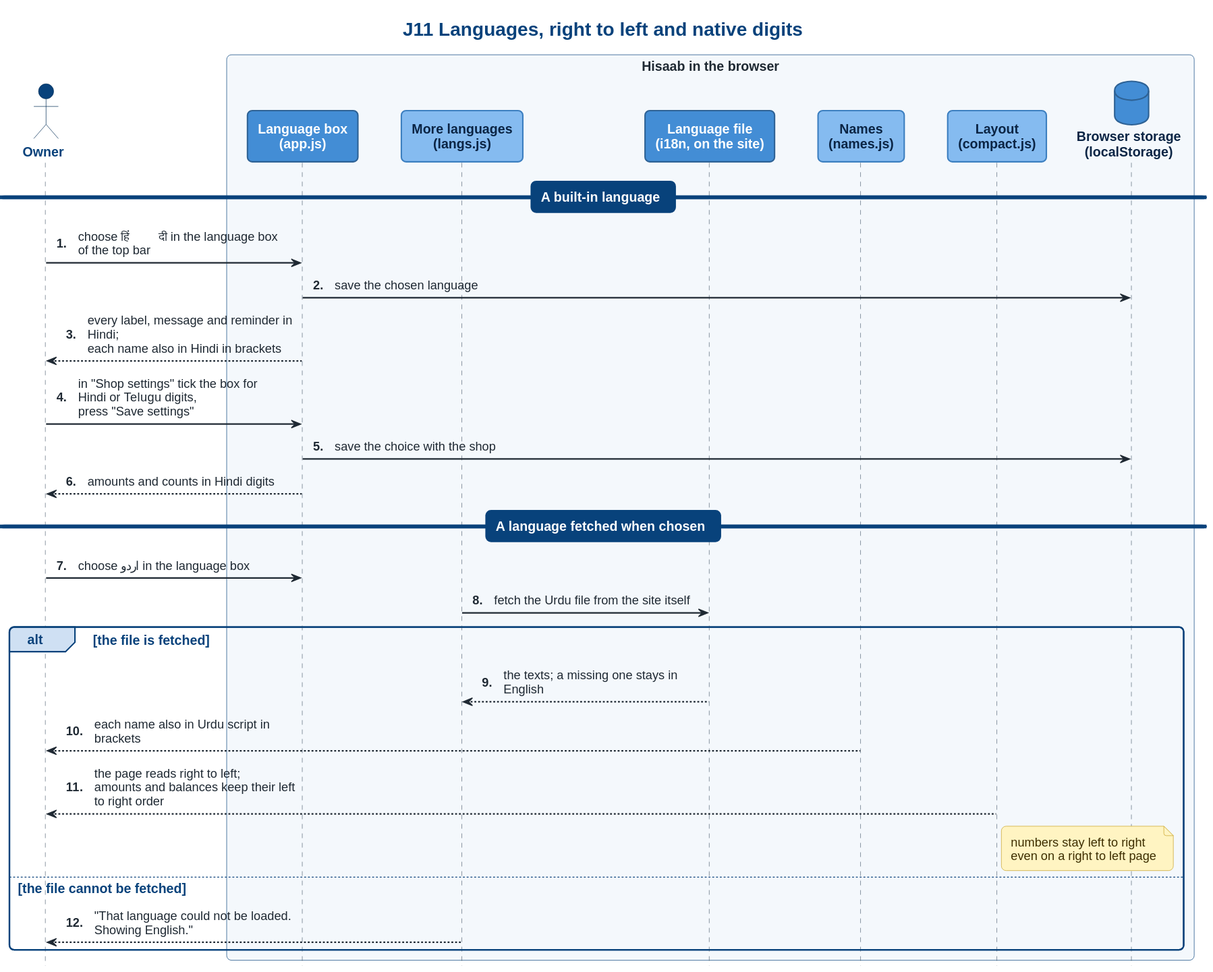
The PlantUML diagram docs/diagrams/j11-languages.svg in karwasanjay007/hisaab-docs, before a commit.
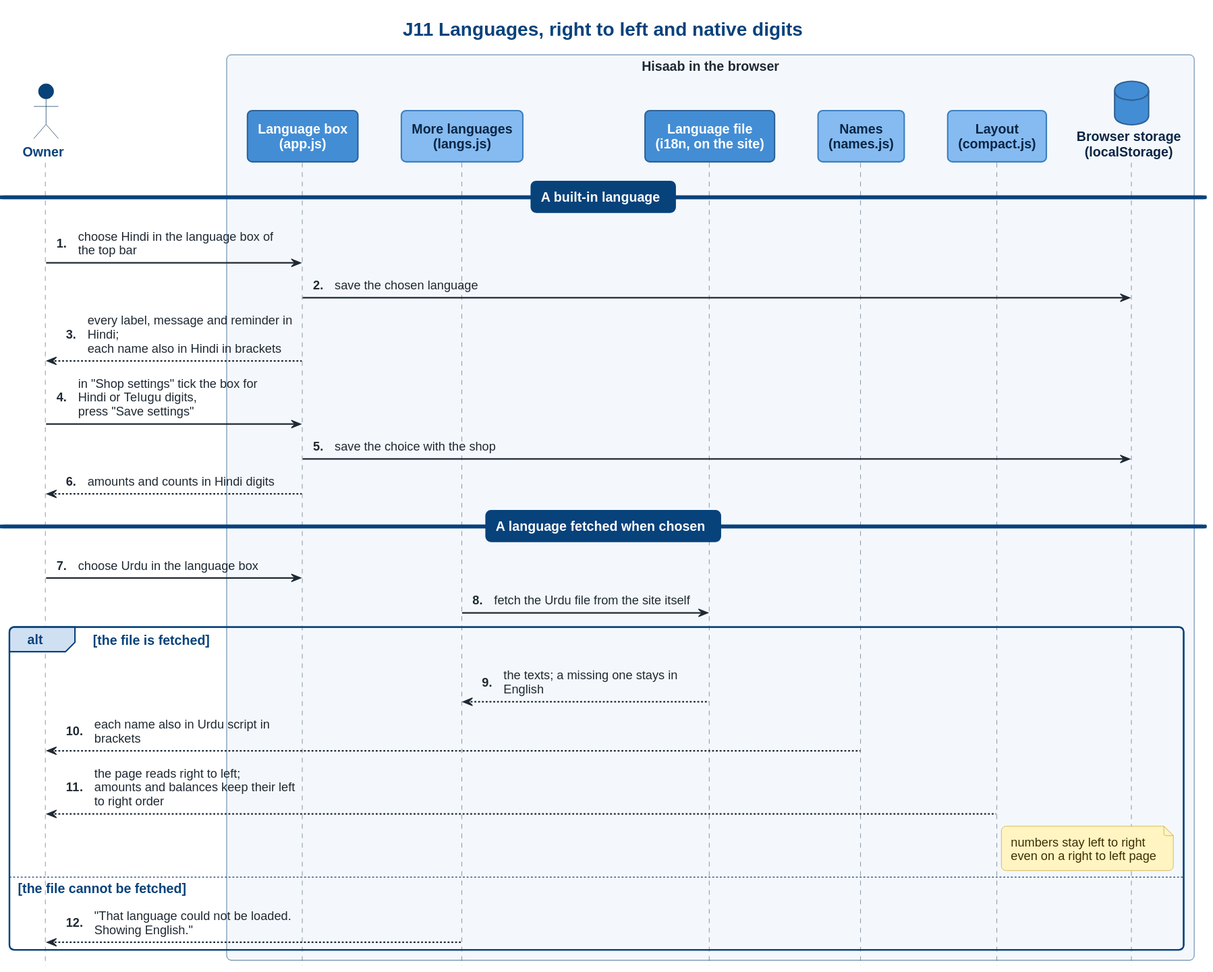
Later version of the same file.

Commit message:
J11: the languages named in English in the diagram, so the diagram font draws them cleanly

Claude-Session: https://claude.ai/code/session_017913NeJwEcDvm2cpZUeMbD

The edit, as a diff of the source:
```diff
@@ -11,14 +11,14 @@
 database "Browser storage\n(localStorage)" as S <<store>>
 end box
 == A built-in language ==
-O -> H : choose हिंदी in the language box of the top bar
+O -> H : choose Hindi in the language box of the top bar
 H -> S : save the chosen language
 H --> O : every label, message and reminder in Hindi;\neach name also in Hindi in brackets
 O -> H : in "Shop settings" tick the box for Hindi or Telugu digits,\npress "Save settings"
 H -> S : save the choice with the shop
 H --> O : amounts and counts in Hindi digits
 == A language fetched when chosen ==
-O -> H : choose اردو in the language box
+O -> H : choose Urdu in the language box
 G -> I : fetch the Urdu file from the site itself
 alt the file is fetched
   I --> G : the texts; a missing one stays in English
```
